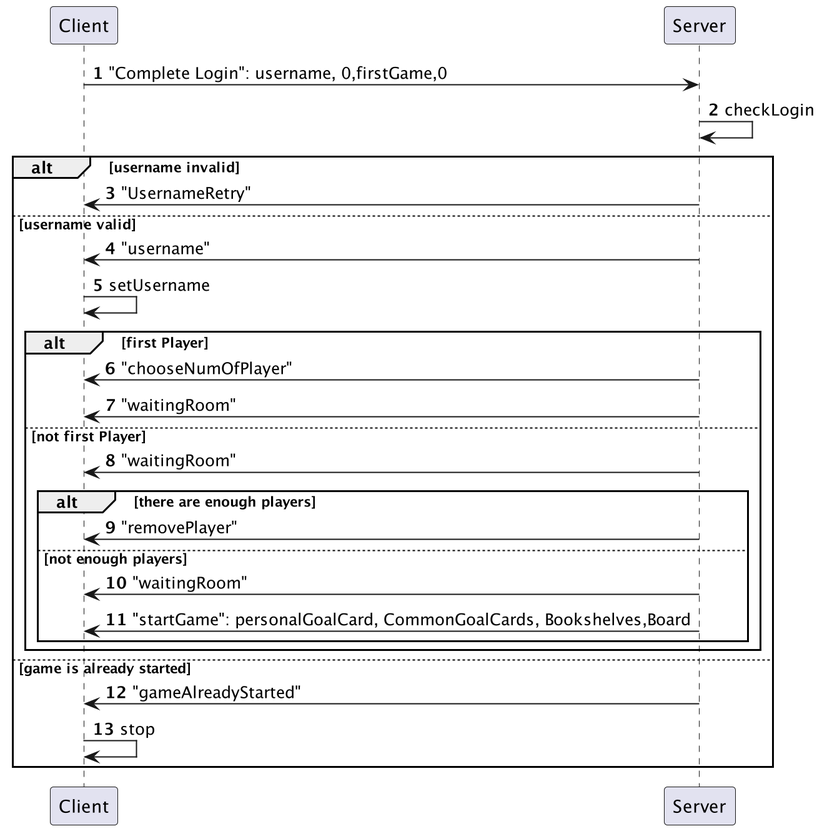
Above: deliverables/UML diagrams/Final sequence diagrams/Login phase.png in dltmtt/IS23-AM13 (PlantUML), before the change. Source of this version:
```plantuml
@startuml

autonumber

Client -> Server: "Complete Login": username, 0,firstGame,0
Server->Server: checkLogin

alt username invalid
Server->Client: "UsernameRetry"
else username valid
Server->Client: "username"
Client->Client: setUsername
alt first Player
Server->Client: "chooseNumOfPlayer"
Server->Client: "waitingRoom"
else not first Player
Server->Client: "waitingRoom"
alt there are enough players
Server->Client: "removePlayer"
else not enough players
Server->Client: "waitingRoom"
Server->Client: "startGame": personalGoalCard, CommonGoalCards, Bookshelves,Board
end
end
else game is already started
Server->Client: "gameAlreadyStarted"
Client->Client: stop
end

@enduml
```
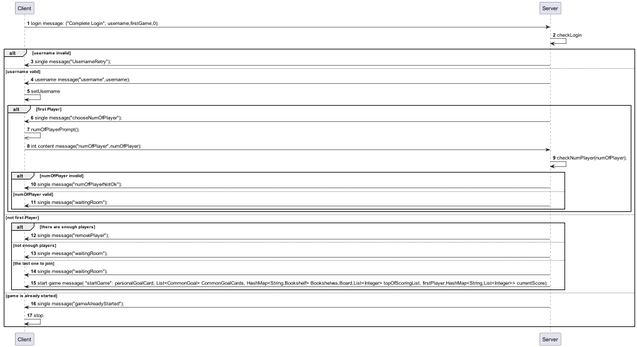
After the change.

Commit message:
add changes in sequence diagrams

Diff of the diagram source:
```diff
@@ -2,28 +2,36 @@
 
 autonumber
 
-Client -> Server: "Complete Login": username, 0,firstGame,0
+Client -> Server: login message: ("Complete Login", username,firstGame,0);
 Server->Server: checkLogin
 
 alt username invalid
-Server->Client: "UsernameRetry"
+Server->Client: single message("UsernameRetry");
 else username valid
-Server->Client: "username"
+Server->Client: username message("username",username);
 Client->Client: setUsername
 alt first Player
-Server->Client: "chooseNumOfPlayer"
-Server->Client: "waitingRoom"
-else not first Player
-Server->Client: "waitingRoom"
-alt there are enough players
-Server->Client: "removePlayer"
-else not enough players
-Server->Client: "waitingRoom"
-Server->Client: "startGame": personalGoalCard, CommonGoalCards, Bookshelves,Board
+Server->Client: single message("chooseNumOfPlayer");
+Client->>Client: numOfPlayerPrompt();
+Client->Server: int content message("numOfPlayer",numOfPlayer);
+Server->Server:checkNumPlayer(numOfPlayer);
+alt numOfPlayer invalid
+Server->Client: single message("numOfPlayerNotOk");
+else numOfPlayer valid
+Server->Client: single message("waitingRoom");
 end
 end
+else not first Player
+alt there are enough players
+Server->Client: single message("removePlayer");
+else not enough players
+Server->Client: single message("waitingRoom");
+else the last one to join
+Server->Client: single message("waitingRoom");
+Server->Client: start game message( "startGame": personalGoalCard, List<CommonGoal> CommonGoalCards, HashMap<String,Bookshelf> Bookshelves,Board,List<Integer> topOfScoringList, firstPlayer,HashMap<String,List<Integer>> currentScore);
+end
 else game is already started
-Server->Client: "gameAlreadyStarted"
+Server->Client: single message("gameAlreadyStarted");
 Client->Client: stop
 end
 
```
